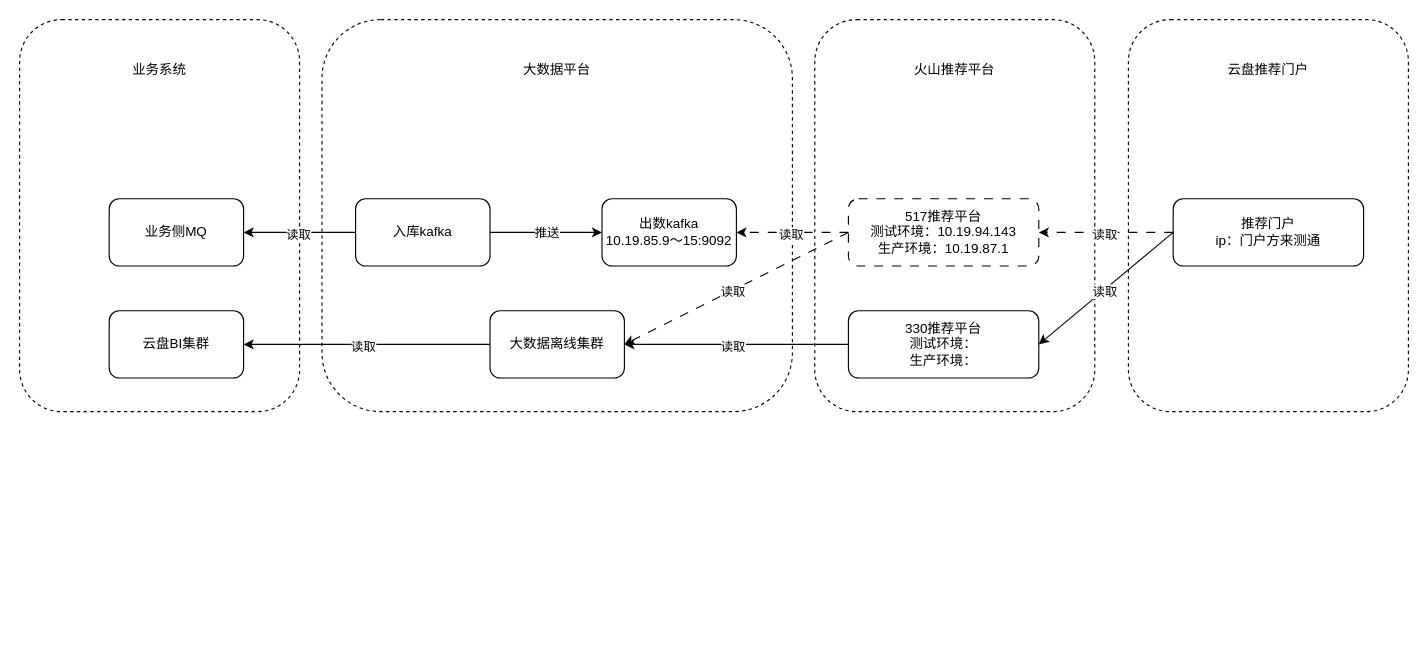
Before: 【云盘专班】517推荐平台切换.drawio in zrx-china/mydraw, a draw.io diagram. Source tidied: cells renumbered, new cells numbered last; positions are measured from the earlier drawing's top-left corner, leaving out a move shared by most shapes. Both pictures are drawn from the tidied source at 112%, with x=0, y=0 at pixel (19, 19).
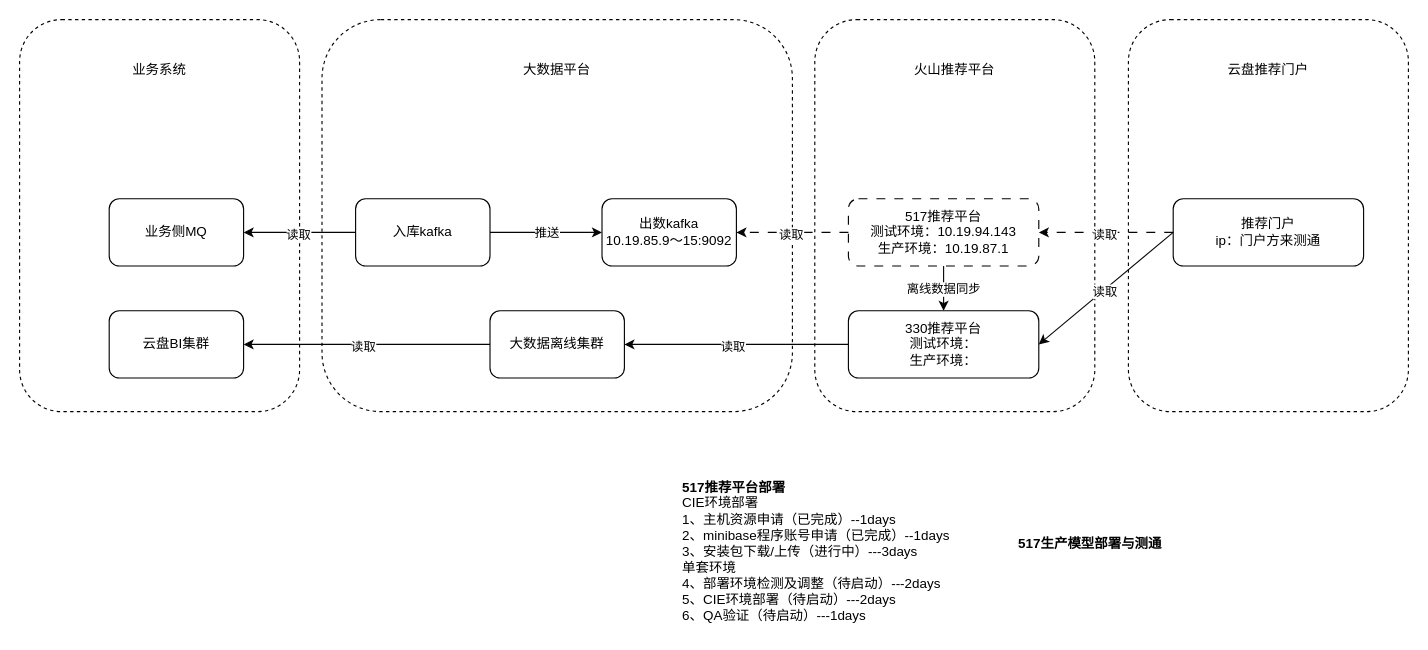
The same page after the edit.

Commit message (it also covers changes not shown here):
更新【云盘专班】517推荐平台切换.drawio

Unchanged cells that the change refers to:
```xml
<mxCell id="10" value="517推荐平台&lt;div&gt;&lt;div&gt;测试环境：10.19.94.143&lt;/div&gt;&lt;div&gt;生产环境：10.19.87.1&lt;/div&gt;&lt;/div&gt;" style="rounded=1;whiteSpace=wrap;html=1;dashed=1;dashPattern=8 8;" parent="1" vertex="1">
  <mxGeometry x="740" y="160" width="170" height="60" as="geometry" />
</mxCell>
<mxCell id="23" value="330推荐平台&lt;div&gt;&lt;div&gt;测试环境：&lt;/div&gt;&lt;div&gt;生产环境：&lt;/div&gt;&lt;/div&gt;" style="rounded=1;whiteSpace=wrap;html=1;" parent="1" vertex="1">
  <mxGeometry x="740" y="260" width="170" height="60" as="geometry" />
</mxCell>
<mxCell id="28" value="大数据离线集群" style="rounded=1;whiteSpace=wrap;html=1;" parent="1" vertex="1">
  <mxGeometry x="420" y="260" width="120" height="60" as="geometry" />
</mxCell>
```

What changed in the source:
```diff
@@
-    <mxCell id="32" style="endArrow=classic;html=1;rounded=0;exitX=0;exitY=0.5;exitDx=0;exitDy=0;fillColor=#008a00;strokeColor=light-dark(#050505, #82cd82);entryX=1;entryY=0.5;entryDx=0;entryDy=0;dashed=1;dashPattern=8 8;" parent="1" edge="1" source="10" target="28">
+    <mxCell id="32" style="endArrow=classic;html=1;rounded=0;exitX=0.5;exitY=1;exitDx=0;exitDy=0;fillColor=#008a00;strokeColor=light-dark(#050505, #82cd82);" parent="1" edge="1" source="10" target="23">
       <mxGeometry relative="1" as="geometry" />
     </mxCell>
-    <mxCell id="33" value="读取" style="edgeLabel;html=1;align=center;verticalAlign=middle;" parent="32" vertex="1">
-      <mxGeometry x="0.04" y="1" relative="1" as="geometry" />
-    </mxCell>
+    <mxCell id="34" value="离线数据同步" style="edgeLabel;html=1;align=center;verticalAlign=middle;" parent="32" vertex="1">
+      <mxGeometry x="-0.01" y="-1" relative="1" as="geometry" />
+    </mxCell>
+    <mxCell id="35" value="&lt;div&gt;&lt;b&gt;517推荐平台部署&lt;/b&gt;&lt;/div&gt;&lt;div&gt;CIE环境部署&lt;/div&gt;&lt;div&gt;1、主机资源申请（已完成）--1days&lt;/div&gt;&lt;div&gt;2、minibase程序账号申请（已完成）--1days&lt;/div&gt;&lt;div&gt;3、安装包下载/上传（进行中）---3days&lt;/div&gt;&lt;div&gt;单套环境&lt;/div&gt;&lt;div&gt;4、部署环境检测及调整（待启动）---2days&lt;/div&gt;&lt;div&gt;5、CIE环境部署（待启动）---2days&lt;/div&gt;&lt;div&gt;6、QA验证（待启动）---1days&lt;/div&gt;" style="text;html=1;align=left;verticalAlign=middle;strokeColor=none;fillColor=none;" parent="1" vertex="1">
+      <mxGeometry x="590" y="405" width="260" height="140" as="geometry" />
+    </mxCell>
+    <mxCell id="36" value="&lt;div&gt;&lt;b&gt;517生产模型部署与测通&lt;/b&gt;&lt;/div&gt;&lt;div&gt;&lt;br&gt;&lt;/div&gt;" style="text;html=1;align=left;verticalAlign=middle;strokeColor=none;fillColor=none;" parent="1" vertex="1">
+      <mxGeometry x="890" y="455" width="150" height="40" as="geometry" />
+    </mxCell>
```
